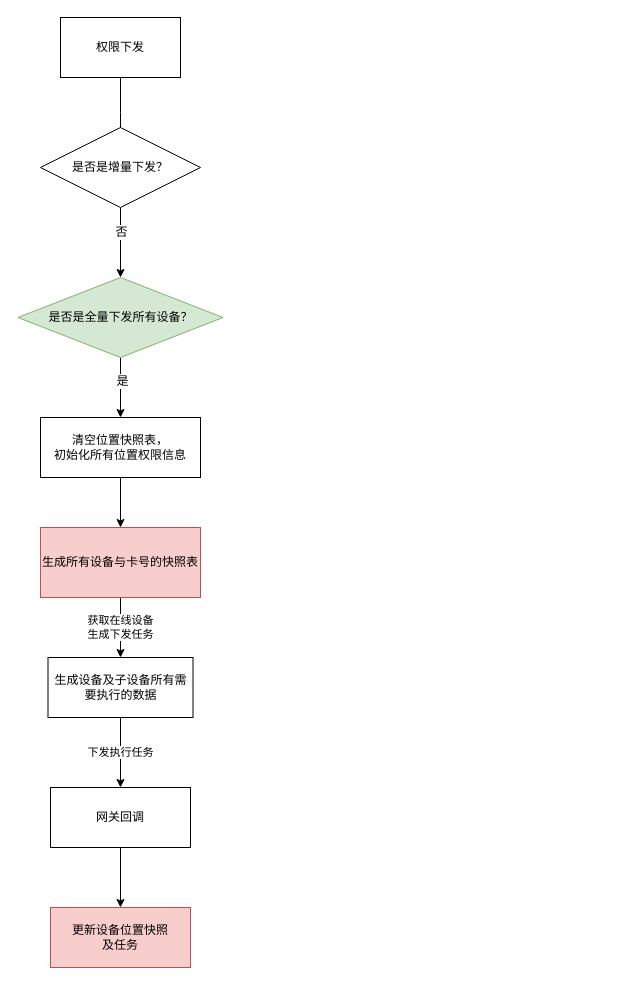
Before: 权限下发.drawio in dovezat/drawio, a draw.io diagram. Source tidied: cells renumbered, new cells numbered last; positions are measured from the earlier drawing's top-left corner, leaving out a move shared by most shapes. Both pictures are drawn from the tidied source at 100%, with x=0, y=0 at pixel (18, 17).
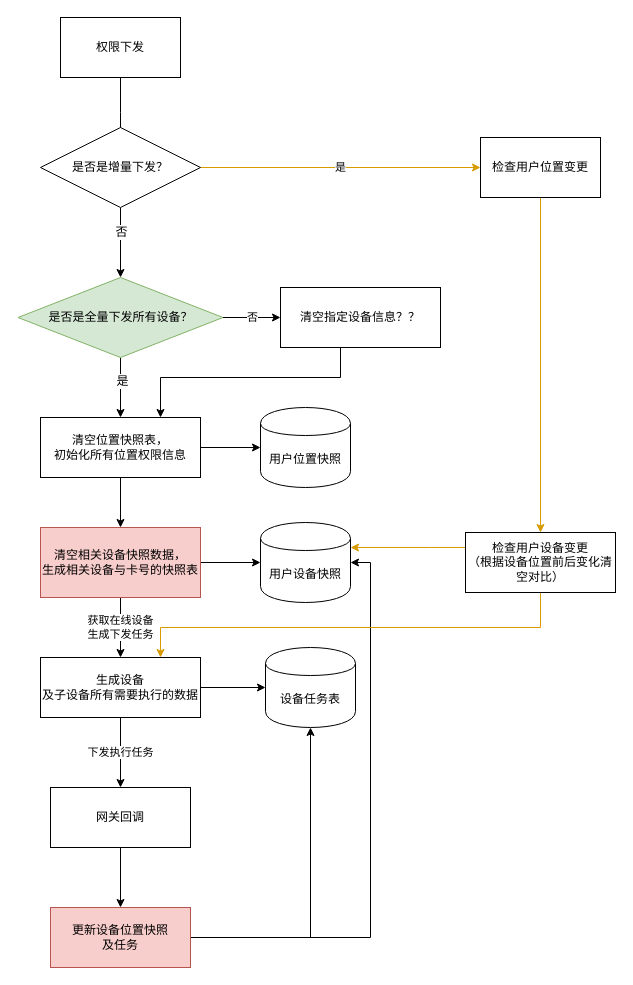
The same page after the edit.

Unchanged cells that the change refers to:
```xml
<mxCell id="6" value="是否是全量下发所有设备？" style="rhombus;whiteSpace=wrap;html=1;fillColor=#d5e8d4;strokeColor=#82b366;" parent="1" vertex="1">
  <mxGeometry x="-0.5" y="260" width="205" height="80" as="geometry" />
</mxCell>
<mxCell id="8" value="清空位置快照表，&lt;br&gt;初始化所有位置权限信息" style="rounded=0;whiteSpace=wrap;html=1;" parent="1" vertex="1">
  <mxGeometry x="22" y="400" width="160" height="60" as="geometry" />
</mxCell>
<mxCell id="11" value="是否是增量下发？" style="rhombus;whiteSpace=wrap;html=1;" parent="1" vertex="1">
  <mxGeometry x="22" y="110" width="160" height="80" as="geometry" />
</mxCell>
<mxCell id="18" value="更新设备位置快照&lt;br&gt;及任务" style="rounded=0;whiteSpace=wrap;html=1;fillColor=#f8cecc;strokeColor=#b85450;" parent="1" vertex="1">
  <mxGeometry x="32" y="890" width="140" height="60" as="geometry" />
</mxCell>
```

What changed in the source:
```diff
@@
+    <mxCell id="19" value="否" style="edgeStyle=orthogonalEdgeStyle;rounded=0;jettySize=auto;html=1;entryX=0;entryY=0.5;entryDx=0;entryDy=0;" parent="1" edge="1" source="6" target="32">
+      <mxGeometry relative="1" as="geometry" />
+    </mxCell>
@@
+    <mxCell id="20" style="edgeStyle=orthogonalEdgeStyle;rounded=0;jettySize=auto;html=1;entryX=0;entryY=0.5;entryDx=0;entryDy=0;" parent="1" edge="1" source="8" target="28">
+      <mxGeometry relative="1" as="geometry" />
+    </mxCell>
@@
+    <mxCell id="21" value="是" style="edgeStyle=orthogonalEdgeStyle;rounded=0;jettySize=auto;html=1;entryX=0;entryY=0.5;entryDx=0;entryDy=0;fillColor=#ffe6cc;strokeColor=#d79b00;" parent="1" edge="1" source="11" target="30">
+      <mxGeometry relative="1" as="geometry" />
+    </mxCell>
@@
+    <mxCell id="22" style="edgeStyle=orthogonalEdgeStyle;rounded=0;jettySize=auto;html=1;entryX=0;entryY=0.5;entryDx=0;entryDy=0;" parent="1" edge="1" source="13" target="27">
+      <mxGeometry relative="1" as="geometry" />
+    </mxCell>
-    <mxCell id="13" value="生成所有设备与卡号的快照表" style="rounded=0;whiteSpace=wrap;html=1;fillColor=#f8cecc;strokeColor=#b85450;" parent="1" vertex="1">
+    <mxCell id="13" value="清空相关设备快照数据，&lt;br&gt;生成相关设备与卡号的快照表" style="rounded=0;whiteSpace=wrap;html=1;fillColor=#f8cecc;strokeColor=#b85450;" parent="1" vertex="1">
       <mxGeometry x="22" y="510" width="160" height="70" as="geometry" />
     </mxCell>
@@
+    <mxCell id="23" style="edgeStyle=orthogonalEdgeStyle;rounded=0;jettySize=auto;html=1;" parent="1" edge="1" source="15" target="26">
+      <mxGeometry relative="1" as="geometry" />
+    </mxCell>
-    <mxCell id="15" value="生成设备及子设备所有需要执行的数据" style="rounded=0;whiteSpace=wrap;html=1;" parent="1" vertex="1">
-      <mxGeometry x="29.5" y="640" width="145" height="60" as="geometry" />
+    <mxCell id="15" value="生成设备&lt;br&gt;及子设备所有需要执行的数据" style="rounded=0;whiteSpace=wrap;html=1;" parent="1" vertex="1">
+      <mxGeometry x="22" y="640" width="160" height="60" as="geometry" />
     </mxCell>
@@
+    <mxCell id="24" style="edgeStyle=orthogonalEdgeStyle;rounded=0;jettySize=auto;html=1;entryX=0.5;entryY=1;entryDx=0;entryDy=0;" parent="1" edge="1" source="18" target="26">
+      <mxGeometry relative="1" as="geometry" />
+    </mxCell>
+    <mxCell id="25" style="edgeStyle=orthogonalEdgeStyle;rounded=0;jettySize=auto;html=1;entryX=1;entryY=0.5;entryDx=0;entryDy=0;" parent="1" edge="1" source="18" target="27">
+      <mxGeometry relative="1" as="geometry" />
+    </mxCell>
@@
+    <mxCell id="26" value="设备任务表" style="shape=cylinder;whiteSpace=wrap;html=1;boundedLbl=1;backgroundOutline=1;" parent="1" vertex="1">
+      <mxGeometry x="247" y="630" width="90" height="80" as="geometry" />
+    </mxCell>
+    <mxCell id="27" value="用户设备快照" style="shape=cylinder;whiteSpace=wrap;html=1;boundedLbl=1;backgroundOutline=1;" parent="1" vertex="1">
+      <mxGeometry x="242" y="505" width="90" height="80" as="geometry" />
+    </mxCell>
+    <mxCell id="28" value="用户位置快照" style="shape=cylinder;whiteSpace=wrap;html=1;boundedLbl=1;backgroundOutline=1;" parent="1" vertex="1">
+      <mxGeometry x="242" y="390" width="90" height="80" as="geometry" />
+    </mxCell>
+    <mxCell id="29" style="edgeStyle=orthogonalEdgeStyle;rounded=0;jettySize=auto;html=1;fillColor=#ffe6cc;strokeColor=#d79b00;" parent="1" edge="1" source="30" target="35">
+      <mxGeometry relative="1" as="geometry" />
+    </mxCell>
+    <mxCell id="30" value="检查用户位置变更" style="rounded=0;whiteSpace=wrap;html=1;" parent="1" vertex="1">
+      <mxGeometry x="462" y="120" width="120" height="60" as="geometry" />
+    </mxCell>
+    <mxCell id="31" style="edgeStyle=orthogonalEdgeStyle;rounded=0;jettySize=auto;html=1;entryX=0.75;entryY=0;entryDx=0;entryDy=0;" parent="1" edge="1" source="32" target="8">
+      <mxGeometry relative="1" as="geometry">
+        <Array as="points">
+          <mxPoint x="322" y="360" />
+          <mxPoint x="142" y="360" />
+        </Array>
+      </mxGeometry>
+    </mxCell>
+    <mxCell id="32" value="清空指定设备信息？？" style="rounded=0;whiteSpace=wrap;html=1;" parent="1" vertex="1">
+      <mxGeometry x="262" y="270" width="160" height="60" as="geometry" />
+    </mxCell>
+    <mxCell id="33" style="edgeStyle=orthogonalEdgeStyle;rounded=0;jettySize=auto;html=1;entryX=0.75;entryY=0;entryDx=0;entryDy=0;fillColor=#ffe6cc;strokeColor=#d79b00;" parent="1" edge="1" source="35" target="15">
+      <mxGeometry relative="1" as="geometry">
+        <Array as="points">
+          <mxPoint x="522" y="610" />
+          <mxPoint x="142" y="610" />
+        </Array>
+      </mxGeometry>
+    </mxCell>
+    <mxCell id="34" style="edgeStyle=orthogonalEdgeStyle;rounded=0;jettySize=auto;html=1;fillColor=#ffe6cc;strokeColor=#d79b00;" parent="1" edge="1" source="35" target="27">
+      <mxGeometry relative="1" as="geometry">
+        <Array as="points">
+          <mxPoint x="412" y="530" />
+          <mxPoint x="412" y="530" />
+        </Array>
+      </mxGeometry>
+    </mxCell>
+    <mxCell id="35" value="检查用户设备变更&lt;br&gt;（根据设备位置前后变化清空对比）" style="rounded=0;whiteSpace=wrap;html=1;" parent="1" vertex="1">
+      <mxGeometry x="447" y="515" width="150" height="60" as="geometry" />
+    </mxCell>
```
